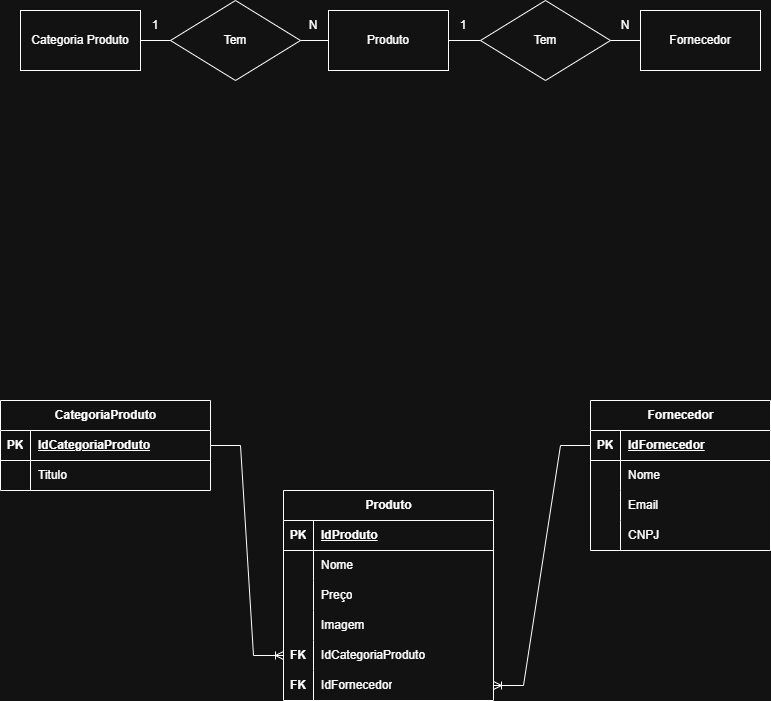
The draw.io diagram GreenLife Diagramas.drawio.png in LucasSMarinho/GreenLife-Hortifruit, before a commit. Source tidied: cells renumbered, new cells last; positions are measured from the earlier drawing's top-left corner, leaving out a move shared by most shapes. Its diagram source:
```xml
<mxGraphModel>
  <root>
    <mxCell id="0" />
    <mxCell id="1" parent="0" />
    <mxCell id="2" style="edgeStyle=orthogonalEdgeStyle;rounded=0;jettySize=auto;html=1;entryX=0;entryY=0.5;entryDx=0;entryDy=0;endArrow=none;endFill=0;" parent="1" edge="1" source="3">
      <mxGeometry relative="1" as="geometry">
        <mxPoint x="490" y="40" as="targetPoint" />
      </mxGeometry>
    </mxCell>
    <mxCell id="3" value="Produto" style="rounded=0;whiteSpace=wrap;html=1;" parent="1" vertex="1">
      <mxGeometry x="328" y="10" width="120" height="60" as="geometry" />
    </mxCell>
    <mxCell id="4" style="edgeStyle=orthogonalEdgeStyle;rounded=0;jettySize=auto;html=1;endArrow=none;endFill=0;" parent="1" edge="1" source="5">
      <mxGeometry relative="1" as="geometry">
        <mxPoint x="190" y="40" as="targetPoint" />
      </mxGeometry>
    </mxCell>
    <mxCell id="5" value="Categoria Produto" style="rounded=0;whiteSpace=wrap;html=1;" parent="1" vertex="1">
      <mxGeometry x="20" y="10" width="120" height="60" as="geometry" />
    </mxCell>
    <mxCell id="6" value="Fornecedor" style="rounded=0;whiteSpace=wrap;html=1;" parent="1" vertex="1">
      <mxGeometry x="640" y="10" width="120" height="60" as="geometry" />
    </mxCell>
    <mxCell id="7" style="edgeStyle=orthogonalEdgeStyle;rounded=0;jettySize=auto;html=1;exitX=0;exitY=0.5;exitDx=0;exitDy=0;endArrow=none;endFill=0;" parent="1" edge="1" source="6">
      <mxGeometry relative="1" as="geometry">
        <mxPoint x="586" y="40" as="targetPoint" />
      </mxGeometry>
    </mxCell>
    <mxCell id="8" style="edgeStyle=orthogonalEdgeStyle;rounded=0;jettySize=auto;html=1;entryX=0;entryY=0.5;entryDx=0;entryDy=0;endArrow=none;endFill=0;" parent="1" edge="1" target="3">
      <mxGeometry relative="1" as="geometry">
        <mxPoint x="280" y="40" as="sourcePoint" />
      </mxGeometry>
    </mxCell>
    <mxCell id="9" value="Tem" style="rhombus;whiteSpace=wrap;html=1;" parent="1" vertex="1">
      <mxGeometry x="170" width="130" height="80" as="geometry" />
    </mxCell>
    <mxCell id="10" value="Tem" style="rhombus;whiteSpace=wrap;html=1;" parent="1" vertex="1">
      <mxGeometry x="480" width="130" height="80" as="geometry" />
    </mxCell>
    <mxCell id="11" value="Produto" style="shape=table;startSize=30;rowLines=0;fontStyle=1;align=center;html=1;" parent="1" vertex="1">
      <mxGeometry x="283" y="490" width="210" height="210" as="geometry" />
    </mxCell>
    <mxCell id="12" style="shape=tableRow;horizontal=0;startSize=0;swimlaneHead=0;swimlaneBody=0;fillColor=none;top=0;left=0;right=0;bottom=1;" parent="11" vertex="1">
      <mxGeometry y="30" width="210" height="30" as="geometry" />
    </mxCell>
    <mxCell id="13" value="PK" style="shape=partialRectangle;fillColor=none;top=0;left=0;bottom=0;right=0;fontStyle=1;overflow=hidden;whiteSpace=wrap;html=1;" parent="12" vertex="1">
      <mxGeometry width="30" height="30" as="geometry" />
    </mxCell>
    <mxCell id="14" value="IdProduto" style="shape=partialRectangle;fillColor=none;top=0;left=0;bottom=0;right=0;align=left;spacingLeft=6;fontStyle=5;overflow=hidden;whiteSpace=wrap;html=1;" parent="12" vertex="1">
      <mxGeometry x="30" width="180" height="30" as="geometry" />
    </mxCell>
    <mxCell id="15" style="shape=tableRow;horizontal=0;startSize=0;swimlaneHead=0;swimlaneBody=0;fillColor=none;top=0;left=0;right=0;bottom=0;" parent="11" vertex="1">
      <mxGeometry y="60" width="210" height="30" as="geometry" />
    </mxCell>
    <mxCell id="16" style="shape=partialRectangle;fillColor=none;top=0;left=0;bottom=0;right=0;overflow=hidden;whiteSpace=wrap;html=1;" parent="15" vertex="1">
      <mxGeometry width="30" height="30" as="geometry" />
    </mxCell>
    <mxCell id="17" value="Nome" style="shape=partialRectangle;fillColor=none;top=0;left=0;bottom=0;right=0;align=left;spacingLeft=6;overflow=hidden;whiteSpace=wrap;html=1;" parent="15" vertex="1">
      <mxGeometry x="30" width="180" height="30" as="geometry" />
    </mxCell>
    <mxCell id="18" style="shape=tableRow;horizontal=0;startSize=0;swimlaneHead=0;swimlaneBody=0;fillColor=none;top=0;left=0;right=0;bottom=0;" parent="11" vertex="1">
      <mxGeometry y="90" width="210" height="30" as="geometry" />
    </mxCell>
    <mxCell id="19" style="shape=partialRectangle;fillColor=none;top=0;left=0;bottom=0;right=0;overflow=hidden;whiteSpace=wrap;html=1;" parent="18" vertex="1">
      <mxGeometry width="30" height="30" as="geometry" />
    </mxCell>
    <mxCell id="20" value="Preço" style="shape=partialRectangle;fillColor=none;top=0;left=0;bottom=0;right=0;align=left;spacingLeft=6;overflow=hidden;whiteSpace=wrap;html=1;" parent="18" vertex="1">
      <mxGeometry x="30" width="180" height="30" as="geometry" />
    </mxCell>
    <mxCell id="21" style="shape=tableRow;horizontal=0;startSize=0;swimlaneHead=0;swimlaneBody=0;fillColor=none;top=0;left=0;right=0;bottom=0;" parent="11" vertex="1">
      <mxGeometry y="120" width="210" height="30" as="geometry" />
    </mxCell>
    <mxCell id="22" style="shape=partialRectangle;fillColor=none;top=0;left=0;bottom=0;right=0;overflow=hidden;whiteSpace=wrap;html=1;" parent="21" vertex="1">
      <mxGeometry width="30" height="30" as="geometry" />
    </mxCell>
    <mxCell id="23" value="Imagem" style="shape=partialRectangle;fillColor=none;top=0;left=0;bottom=0;right=0;align=left;spacingLeft=6;overflow=hidden;whiteSpace=wrap;html=1;" parent="21" vertex="1">
      <mxGeometry x="30" width="180" height="30" as="geometry" />
    </mxCell>
    <mxCell id="24" style="shape=tableRow;horizontal=0;startSize=0;swimlaneHead=0;swimlaneBody=0;fillColor=none;points=[[0,0.5],[1,0.5]];portConstraint=eastwest;top=0;left=0;right=0;bottom=0;" parent="11" vertex="1">
      <mxGeometry y="150" width="210" height="30" as="geometry" />
    </mxCell>
    <mxCell id="25" value="&lt;b&gt;FK&lt;/b&gt;" style="shape=partialRectangle;fillColor=none;top=0;left=0;bottom=0;right=0;overflow=hidden;whiteSpace=wrap;html=1;" parent="24" vertex="1">
      <mxGeometry width="30" height="30" as="geometry" />
    </mxCell>
    <mxCell id="26" value="IdCategoriaProduto" style="shape=partialRectangle;fillColor=none;top=0;left=0;bottom=0;right=0;align=left;spacingLeft=6;overflow=hidden;whiteSpace=wrap;html=1;" parent="24" vertex="1">
      <mxGeometry x="30" width="180" height="30" as="geometry" />
    </mxCell>
    <mxCell id="27" style="shape=tableRow;horizontal=0;startSize=0;swimlaneHead=0;swimlaneBody=0;fillColor=none;points=[[0,0.5],[1,0.5]];portConstraint=eastwest;top=0;left=0;right=0;bottom=0;" parent="11" vertex="1">
      <mxGeometry y="180" width="210" height="30" as="geometry" />
    </mxCell>
    <mxCell id="28" value="&lt;b&gt;FK&lt;/b&gt;" style="shape=partialRectangle;fillColor=none;top=0;left=0;bottom=0;right=0;overflow=hidden;whiteSpace=wrap;html=1;" parent="27" vertex="1">
      <mxGeometry width="30" height="30" as="geometry" />
    </mxCell>
    <mxCell id="29" value="IdFornecedor" style="shape=partialRectangle;fillColor=none;top=0;left=0;bottom=0;right=0;align=left;spacingLeft=6;overflow=hidden;whiteSpace=wrap;html=1;" parent="27" vertex="1">
      <mxGeometry x="30" width="180" height="30" as="geometry" />
    </mxCell>
    <mxCell id="30" value="CategoriaProduto" style="shape=table;startSize=30;rowLines=0;fontStyle=1;align=center;html=1;" parent="1" vertex="1">
      <mxGeometry y="400" width="210" height="90" as="geometry" />
    </mxCell>
    <mxCell id="31" style="shape=tableRow;horizontal=0;startSize=0;swimlaneHead=0;swimlaneBody=0;fillColor=none;points=[[0,0.5],[1,0.5]];portConstraint=eastwest;top=0;left=0;right=0;bottom=1;" parent="30" vertex="1">
      <mxGeometry y="30" width="210" height="30" as="geometry" />
    </mxCell>
    <mxCell id="32" value="PK" style="shape=partialRectangle;fillColor=none;top=0;left=0;bottom=0;right=0;fontStyle=1;overflow=hidden;whiteSpace=wrap;html=1;" parent="31" vertex="1">
      <mxGeometry width="30" height="30" as="geometry" />
    </mxCell>
    <mxCell id="33" value="IdCategoriaProduto" style="shape=partialRectangle;fillColor=none;top=0;left=0;bottom=0;right=0;align=left;spacingLeft=6;fontStyle=5;overflow=hidden;whiteSpace=wrap;html=1;" parent="31" vertex="1">
      <mxGeometry x="30" width="180" height="30" as="geometry" />
    </mxCell>
    <mxCell id="34" style="shape=tableRow;horizontal=0;startSize=0;swimlaneHead=0;swimlaneBody=0;fillColor=none;top=0;left=0;right=0;bottom=0;" parent="30" vertex="1">
      <mxGeometry y="60" width="210" height="30" as="geometry" />
    </mxCell>
    <mxCell id="35" style="shape=partialRectangle;fillColor=none;top=0;left=0;bottom=0;right=0;overflow=hidden;whiteSpace=wrap;html=1;" parent="34" vertex="1">
      <mxGeometry width="30" height="30" as="geometry" />
    </mxCell>
    <mxCell id="36" value="Titulo" style="shape=partialRectangle;fillColor=none;top=0;left=0;bottom=0;right=0;align=left;spacingLeft=6;overflow=hidden;whiteSpace=wrap;html=1;" parent="34" vertex="1">
      <mxGeometry x="30" width="180" height="30" as="geometry" />
    </mxCell>
    <mxCell id="37" value="Fornecedor" style="shape=table;startSize=30;rowLines=0;fontStyle=1;align=center;html=1;" parent="1" vertex="1">
      <mxGeometry x="590" y="400" width="180" height="150" as="geometry" />
    </mxCell>
    <mxCell id="38" style="shape=tableRow;horizontal=0;startSize=0;swimlaneHead=0;swimlaneBody=0;fillColor=none;points=[[0,0.5],[1,0.5]];portConstraint=eastwest;top=0;left=0;right=0;bottom=1;" parent="37" vertex="1">
      <mxGeometry y="30" width="180" height="30" as="geometry" />
    </mxCell>
    <mxCell id="39" value="PK" style="shape=partialRectangle;fillColor=none;top=0;left=0;bottom=0;right=0;fontStyle=1;overflow=hidden;whiteSpace=wrap;html=1;" parent="38" vertex="1">
      <mxGeometry width="30" height="30" as="geometry" />
    </mxCell>
    <mxCell id="40" value="IdFornecedor" style="shape=partialRectangle;fillColor=none;top=0;left=0;bottom=0;right=0;align=left;spacingLeft=6;fontStyle=5;overflow=hidden;whiteSpace=wrap;html=1;" parent="38" vertex="1">
      <mxGeometry x="30" width="150" height="30" as="geometry" />
    </mxCell>
    <mxCell id="41" style="shape=tableRow;horizontal=0;startSize=0;swimlaneHead=0;swimlaneBody=0;fillColor=none;top=0;left=0;right=0;bottom=0;" parent="37" vertex="1">
      <mxGeometry y="60" width="180" height="30" as="geometry" />
    </mxCell>
    <mxCell id="42" style="shape=partialRectangle;fillColor=none;top=0;left=0;bottom=0;right=0;overflow=hidden;whiteSpace=wrap;html=1;" parent="41" vertex="1">
      <mxGeometry width="30" height="30" as="geometry" />
    </mxCell>
    <mxCell id="43" value="Nome" style="shape=partialRectangle;fillColor=none;top=0;left=0;bottom=0;right=0;align=left;spacingLeft=6;overflow=hidden;whiteSpace=wrap;html=1;" parent="41" vertex="1">
      <mxGeometry x="30" width="150" height="30" as="geometry" />
    </mxCell>
    <mxCell id="44" style="shape=tableRow;horizontal=0;startSize=0;swimlaneHead=0;swimlaneBody=0;fillColor=none;top=0;left=0;right=0;bottom=0;" parent="37" vertex="1">
      <mxGeometry y="90" width="180" height="30" as="geometry" />
    </mxCell>
    <mxCell id="45" style="shape=partialRectangle;fillColor=none;top=0;left=0;bottom=0;right=0;overflow=hidden;whiteSpace=wrap;html=1;" parent="44" vertex="1">
      <mxGeometry width="30" height="30" as="geometry" />
    </mxCell>
    <mxCell id="46" value="Email" style="shape=partialRectangle;fillColor=none;top=0;left=0;bottom=0;right=0;align=left;spacingLeft=6;overflow=hidden;whiteSpace=wrap;html=1;" parent="44" vertex="1">
      <mxGeometry x="30" width="150" height="30" as="geometry" />
    </mxCell>
    <mxCell id="47" style="shape=tableRow;horizontal=0;startSize=0;swimlaneHead=0;swimlaneBody=0;fillColor=none;top=0;left=0;right=0;bottom=0;" parent="37" vertex="1">
      <mxGeometry y="120" width="180" height="30" as="geometry" />
    </mxCell>
    <mxCell id="48" style="shape=partialRectangle;fillColor=none;top=0;left=0;bottom=0;right=0;overflow=hidden;whiteSpace=wrap;html=1;" parent="47" vertex="1">
      <mxGeometry width="30" height="30" as="geometry" />
    </mxCell>
    <mxCell id="49" value="CNPJ" style="shape=partialRectangle;fillColor=none;top=0;left=0;bottom=0;right=0;align=left;spacingLeft=6;overflow=hidden;whiteSpace=wrap;html=1;" parent="47" vertex="1">
      <mxGeometry x="30" width="150" height="30" as="geometry" />
    </mxCell>
    <mxCell id="50" value="1" style="text;html=1;whiteSpace=wrap;strokeColor=none;fillColor=none;align=center;verticalAlign=middle;rounded=0;" parent="1" vertex="1">
      <mxGeometry x="140" y="10" width="30" height="30" as="geometry" />
    </mxCell>
    <mxCell id="51" value="N" style="text;html=1;whiteSpace=wrap;strokeColor=none;fillColor=none;align=center;verticalAlign=middle;rounded=0;" parent="1" vertex="1">
      <mxGeometry x="610" y="10" width="30" height="30" as="geometry" />
    </mxCell>
    <mxCell id="52" value="N" style="text;html=1;whiteSpace=wrap;strokeColor=none;fillColor=none;align=center;verticalAlign=middle;rounded=0;" parent="1" vertex="1">
      <mxGeometry x="298" y="10" width="30" height="30" as="geometry" />
    </mxCell>
    <mxCell id="53" value="1" style="text;html=1;whiteSpace=wrap;strokeColor=none;fillColor=none;align=center;verticalAlign=middle;rounded=0;" parent="1" vertex="1">
      <mxGeometry x="448" y="10" width="30" height="30" as="geometry" />
    </mxCell>
    <mxCell id="54" style="edgeStyle=entityRelationEdgeStyle;fontSize=12;html=1;endArrow=ERoneToMany;rounded=0;exitX=1;exitY=0.5;exitDx=0;exitDy=0;entryX=0;entryY=0.5;entryDx=0;entryDy=0;" parent="1" edge="1" source="31" target="24">
      <mxGeometry relative="1" as="geometry" />
    </mxCell>
    <mxCell id="55" style="edgeStyle=entityRelationEdgeStyle;fontSize=12;html=1;endArrow=ERoneToMany;rounded=0;entryX=1;entryY=0.5;entryDx=0;entryDy=0;exitX=0;exitY=0.5;exitDx=0;exitDy=0;" parent="1" edge="1" source="38" target="27">
      <mxGeometry relative="1" as="geometry" />
    </mxCell>
  </root>
</mxGraphModel>
```
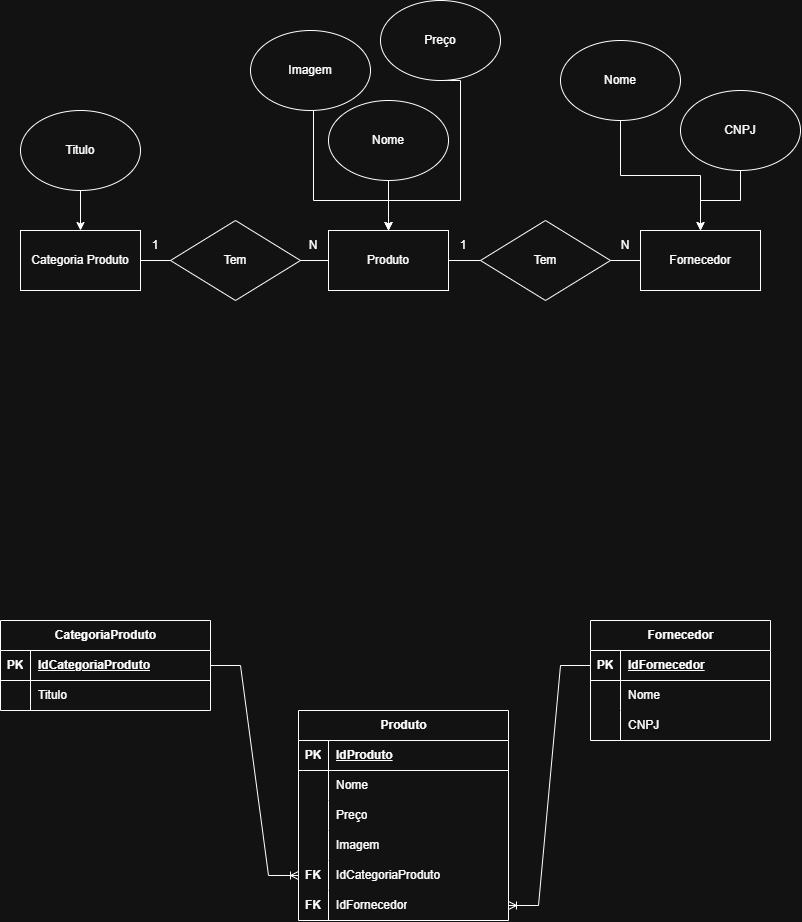
After the change.

The edit, as a diff of the source:
```diff
@@ -38,7 +38,7 @@
       <mxGeometry x="480" width="130" height="80" as="geometry" />
     </mxCell>
     <mxCell id="11" value="Produto" style="shape=table;startSize=30;rowLines=0;fontStyle=1;align=center;html=1;" parent="1" vertex="1">
-      <mxGeometry x="283" y="490" width="210" height="210" as="geometry" />
+      <mxGeometry x="298" y="490" width="210" height="210" as="geometry" />
     </mxCell>
     <mxCell id="12" style="shape=tableRow;horizontal=0;startSize=0;swimlaneHead=0;swimlaneBody=0;fillColor=none;top=0;left=0;right=0;bottom=1;" parent="11" vertex="1">
       <mxGeometry y="30" width="210" height="30" as="geometry" />
@@ -116,7 +116,7 @@
       <mxGeometry x="30" width="180" height="30" as="geometry" />
     </mxCell>
     <mxCell id="37" value="Fornecedor" style="shape=table;startSize=30;rowLines=0;fontStyle=1;align=center;html=1;" parent="1" vertex="1">
-      <mxGeometry x="590" y="400" width="180" height="150" as="geometry" />
+      <mxGeometry x="590" y="400" width="180" height="120" as="geometry" />
     </mxCell>
     <mxCell id="38" style="shape=tableRow;horizontal=0;startSize=0;swimlaneHead=0;swimlaneBody=0;fillColor=none;points=[[0,0.5],[1,0.5]];portConstraint=eastwest;top=0;left=0;right=0;bottom=1;" parent="37" vertex="1">
       <mxGeometry y="30" width="180" height="30" as="geometry" />
@@ -136,17 +136,8 @@
     <mxCell id="43" value="Nome" style="shape=partialRectangle;fillColor=none;top=0;left=0;bottom=0;right=0;align=left;spacingLeft=6;overflow=hidden;whiteSpace=wrap;html=1;" parent="41" vertex="1">
       <mxGeometry x="30" width="150" height="30" as="geometry" />
     </mxCell>
-    <mxCell id="44" style="shape=tableRow;horizontal=0;startSize=0;swimlaneHead=0;swimlaneBody=0;fillColor=none;top=0;left=0;right=0;bottom=0;" parent="37" vertex="1">
-      <mxGeometry y="90" width="180" height="30" as="geometry" />
-    </mxCell>
-    <mxCell id="45" style="shape=partialRectangle;fillColor=none;top=0;left=0;bottom=0;right=0;overflow=hidden;whiteSpace=wrap;html=1;" parent="44" vertex="1">
-      <mxGeometry width="30" height="30" as="geometry" />
-    </mxCell>
-    <mxCell id="46" value="Email" style="shape=partialRectangle;fillColor=none;top=0;left=0;bottom=0;right=0;align=left;spacingLeft=6;overflow=hidden;whiteSpace=wrap;html=1;" parent="44" vertex="1">
-      <mxGeometry x="30" width="150" height="30" as="geometry" />
-    </mxCell>
     <mxCell id="47" style="shape=tableRow;horizontal=0;startSize=0;swimlaneHead=0;swimlaneBody=0;fillColor=none;top=0;left=0;right=0;bottom=0;" parent="37" vertex="1">
-      <mxGeometry y="120" width="180" height="30" as="geometry" />
+      <mxGeometry y="90" width="180" height="30" as="geometry" />
     </mxCell>
     <mxCell id="48" style="shape=partialRectangle;fillColor=none;top=0;left=0;bottom=0;right=0;overflow=hidden;whiteSpace=wrap;html=1;" parent="47" vertex="1">
       <mxGeometry width="30" height="30" as="geometry" />
@@ -172,5 +163,52 @@
     <mxCell id="55" style="edgeStyle=entityRelationEdgeStyle;fontSize=12;html=1;endArrow=ERoneToMany;rounded=0;entryX=1;entryY=0.5;entryDx=0;entryDy=0;exitX=0;exitY=0.5;exitDx=0;exitDy=0;" parent="1" edge="1" source="38" target="27">
       <mxGeometry relative="1" as="geometry" />
     </mxCell>
+    <mxCell id="56" style="edgeStyle=orthogonalEdgeStyle;rounded=0;jettySize=auto;html=1;exitX=0.5;exitY=1;exitDx=0;exitDy=0;" parent="1" edge="1" source="57" target="3">
+      <mxGeometry relative="1" as="geometry" />
+    </mxCell>
+    <mxCell id="57" value="Nome" style="ellipse;whiteSpace=wrap;html=1;" parent="1" vertex="1">
+      <mxGeometry x="328" y="-120" width="120" height="80" as="geometry" />
+    </mxCell>
+    <mxCell id="58" style="edgeStyle=orthogonalEdgeStyle;rounded=0;jettySize=auto;html=1;exitX=0.5;exitY=1;exitDx=0;exitDy=0;entryX=0.5;entryY=0;entryDx=0;entryDy=0;" parent="1" edge="1" source="59" target="3">
+      <mxGeometry relative="1" as="geometry">
+        <Array as="points">
+          <mxPoint x="460" y="-140" />
+          <mxPoint x="460" y="-20" />
+          <mxPoint x="388" y="-20" />
+        </Array>
+      </mxGeometry>
+    </mxCell>
+    <mxCell id="59" value="Preço" style="ellipse;whiteSpace=wrap;html=1;" parent="1" vertex="1">
+      <mxGeometry x="380" y="-220" width="120" height="80" as="geometry" />
+    </mxCell>
+    <mxCell id="60" style="edgeStyle=orthogonalEdgeStyle;rounded=0;jettySize=auto;html=1;exitX=0.5;exitY=1;exitDx=0;exitDy=0;entryX=0.5;entryY=0;entryDx=0;entryDy=0;" parent="1" edge="1" source="61" target="3">
+      <mxGeometry relative="1" as="geometry">
+        <Array as="points">
+          <mxPoint x="313" y="-20" />
+          <mxPoint x="388" y="-20" />
+        </Array>
+      </mxGeometry>
+    </mxCell>
+    <mxCell id="61" value="Imagem" style="ellipse;whiteSpace=wrap;html=1;" parent="1" vertex="1">
+      <mxGeometry x="250" y="-190" width="120" height="80" as="geometry" />
+    </mxCell>
+    <mxCell id="62" style="edgeStyle=orthogonalEdgeStyle;rounded=0;jettySize=auto;html=1;exitX=0.5;exitY=1;exitDx=0;exitDy=0;entryX=0.5;entryY=0;entryDx=0;entryDy=0;" parent="1" edge="1" source="63" target="5">
+      <mxGeometry relative="1" as="geometry" />
+    </mxCell>
+    <mxCell id="63" value="Titulo" style="ellipse;whiteSpace=wrap;html=1;" parent="1" vertex="1">
+      <mxGeometry x="20" y="-110" width="120" height="80" as="geometry" />
+    </mxCell>
+    <mxCell id="64" style="edgeStyle=orthogonalEdgeStyle;rounded=0;jettySize=auto;html=1;exitX=0.5;exitY=1;exitDx=0;exitDy=0;entryX=0.5;entryY=0;entryDx=0;entryDy=0;" parent="1" edge="1" source="65" target="6">
+      <mxGeometry relative="1" as="geometry" />
+    </mxCell>
+    <mxCell id="65" value="Nome" style="ellipse;whiteSpace=wrap;html=1;" parent="1" vertex="1">
+      <mxGeometry x="560" y="-180" width="120" height="80" as="geometry" />
+    </mxCell>
+    <mxCell id="66" style="edgeStyle=orthogonalEdgeStyle;rounded=0;jettySize=auto;html=1;exitX=0.5;exitY=1;exitDx=0;exitDy=0;" parent="1" edge="1" source="67" target="6">
+      <mxGeometry relative="1" as="geometry" />
+    </mxCell>
+    <mxCell id="67" value="CNPJ" style="ellipse;whiteSpace=wrap;html=1;" parent="1" vertex="1">
+      <mxGeometry x="680" y="-130" width="120" height="80" as="geometry" />
+    </mxCell>
   </root>
 </mxGraphModel>
```
